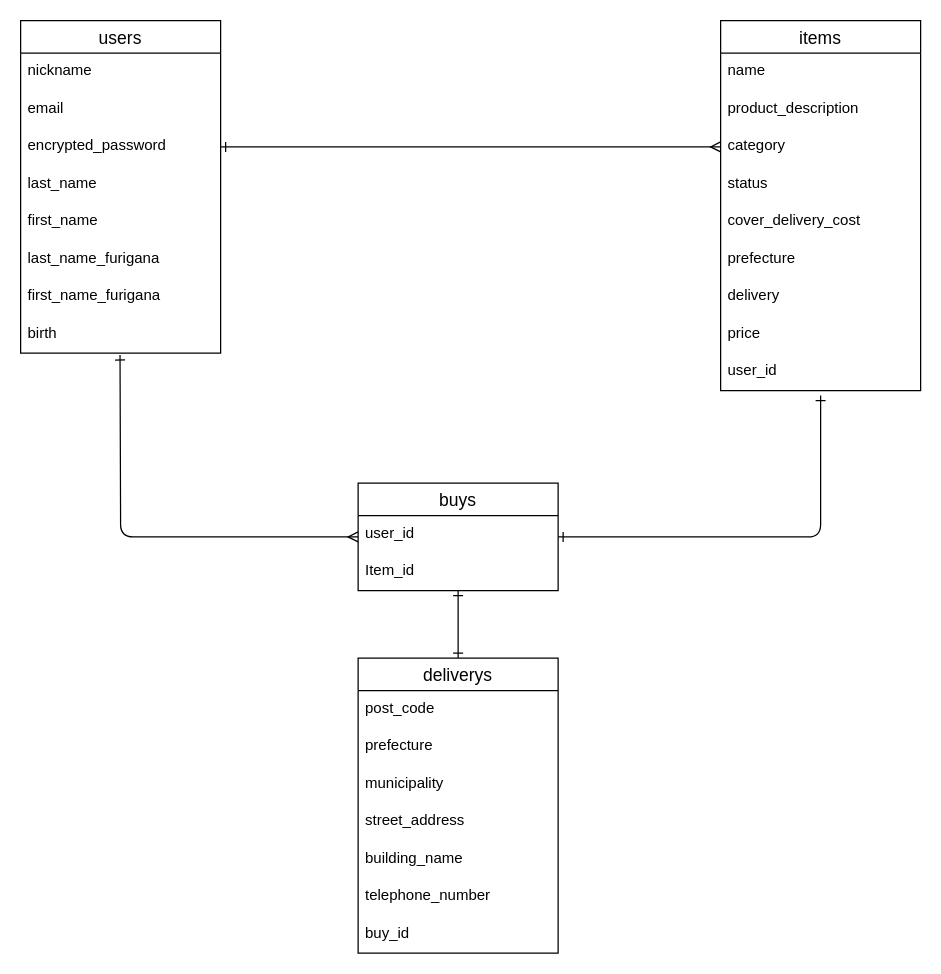
The draw.io diagram ER.dio in masaki-tec/furima-plus, before the edit. Source tidied: cells renumbered, new cells numbered last; positions are measured from the earlier drawing's top-left corner, leaving out a move shared by most shapes. Both pictures are drawn from the tidied source at 125%, with x=0, y=0 at pixel (20, 20).
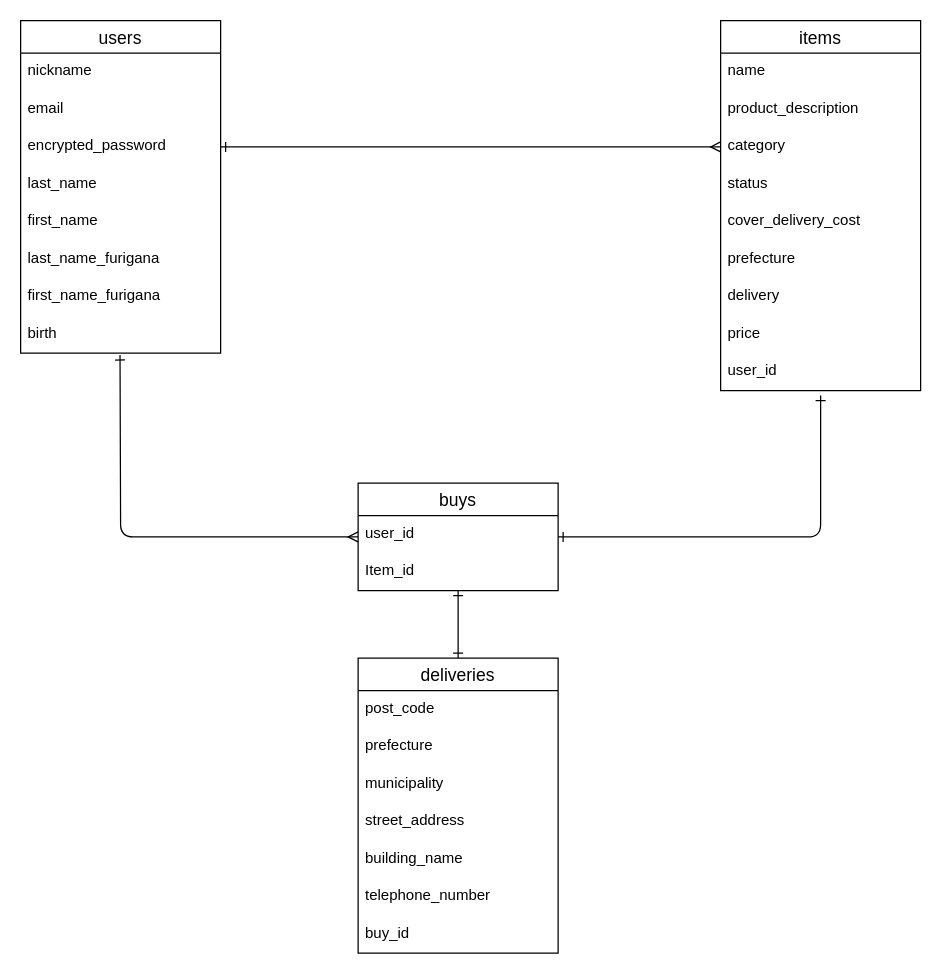
After the change.

Commit message (it also covers changes not shown here):
deliveriesへテーブル名・ER図を修正

The edit, as a diff of the source:
```diff
@@
-    <mxCell id="27" value="deliverys" style="swimlane;fontStyle=0;horizontal=1;startSize=26;align=center;fontSize=14;" parent="1" vertex="1">
+    <mxCell id="27" value="deliveries" style="swimlane;fontStyle=0;horizontal=1;startSize=26;align=center;fontSize=14;" parent="1" vertex="1">
       <mxGeometry x="270" y="510" width="160" height="236" as="geometry" />
     </mxCell>
```
